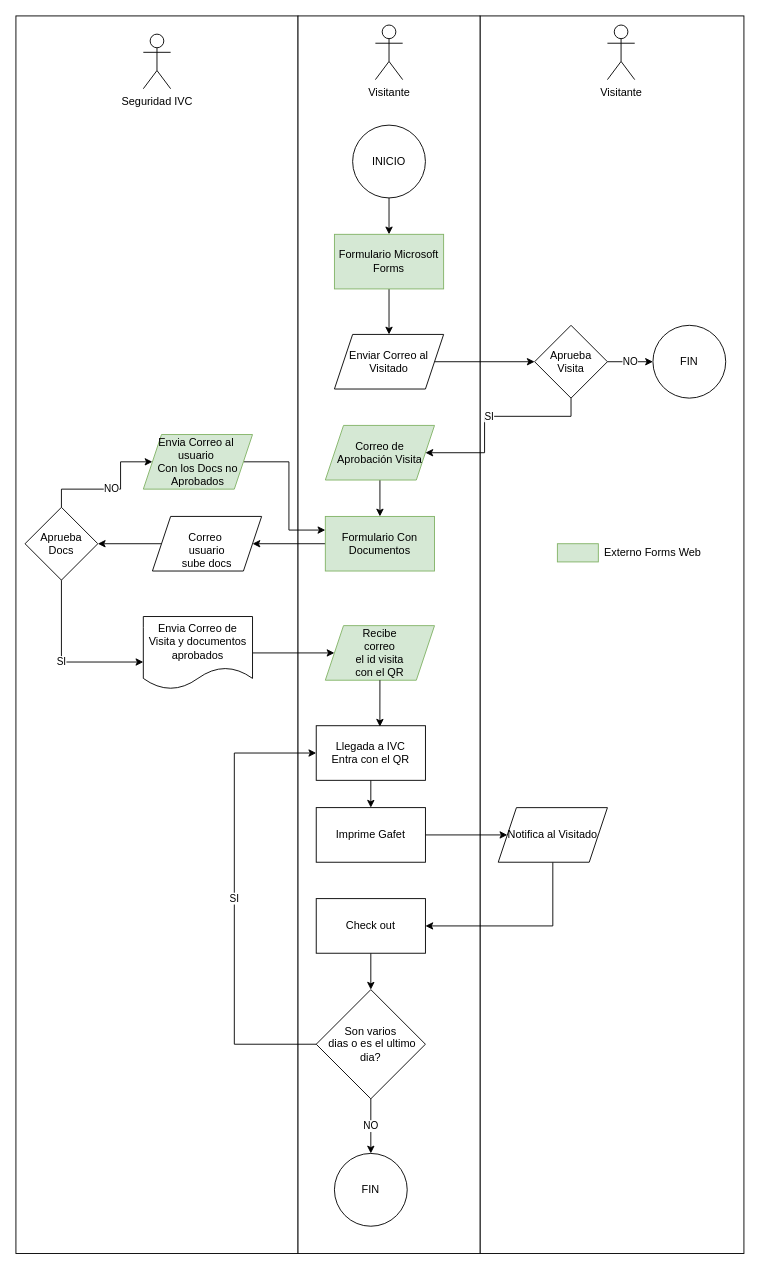
Before: Visitas_IVC.drawio in jcherrera356/Veterinaria, a draw.io diagram. Source tidied: cells renumbered, new cells numbered last; positions are measured from the earlier drawing's top-left corner, leaving out a move shared by most shapes. Both pictures are drawn from the tidied source at 91%, with x=0, y=0 at pixel (15, 15).
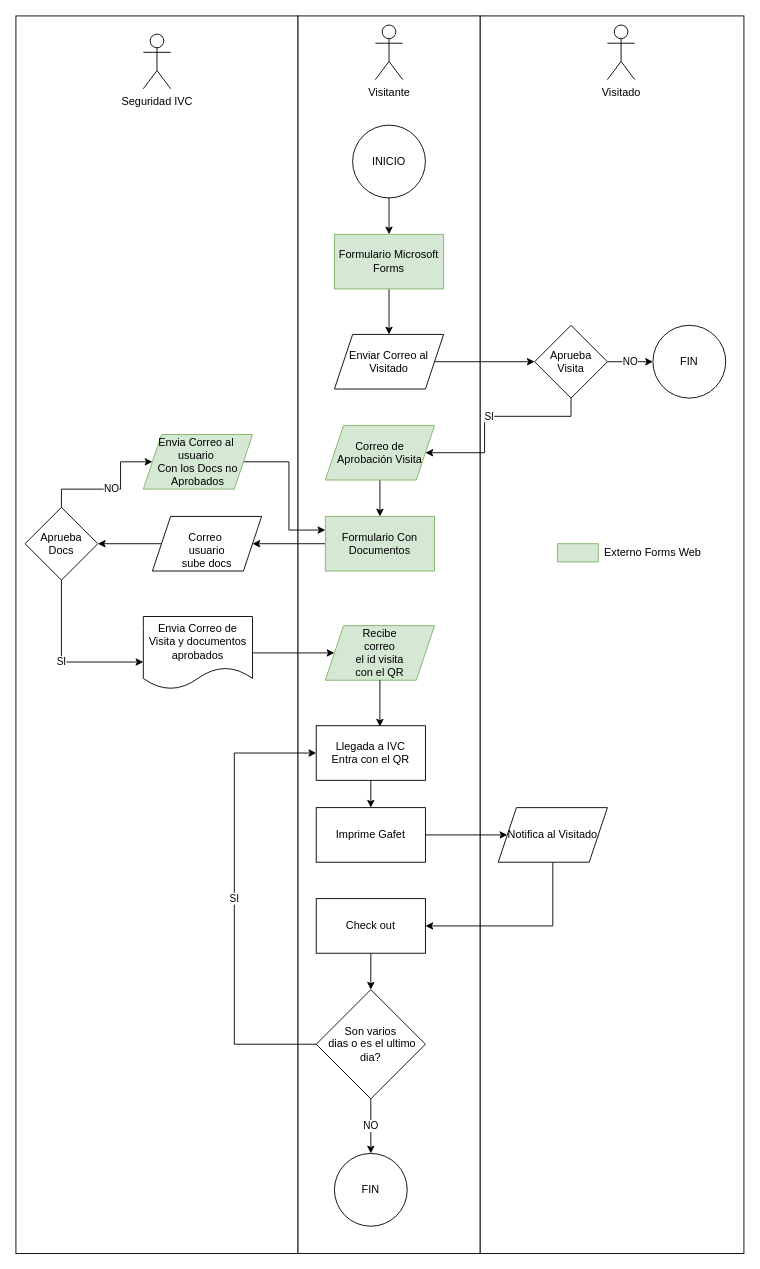
The same page after the edit.

Diff of the diagram source:
```diff
@@
-    <mxCell id="44" value="Visitante" style="shape=umlActor;verticalLabelPosition=bottom;verticalAlign=top;html=1;" parent="1" vertex="1">
+    <mxCell id="44" value="Visitado" style="shape=umlActor;verticalLabelPosition=bottom;verticalAlign=top;html=1;" parent="1" vertex="1">
       <mxGeometry x="650" y="10" width="30" height="60" as="geometry" />
     </mxCell>
```
